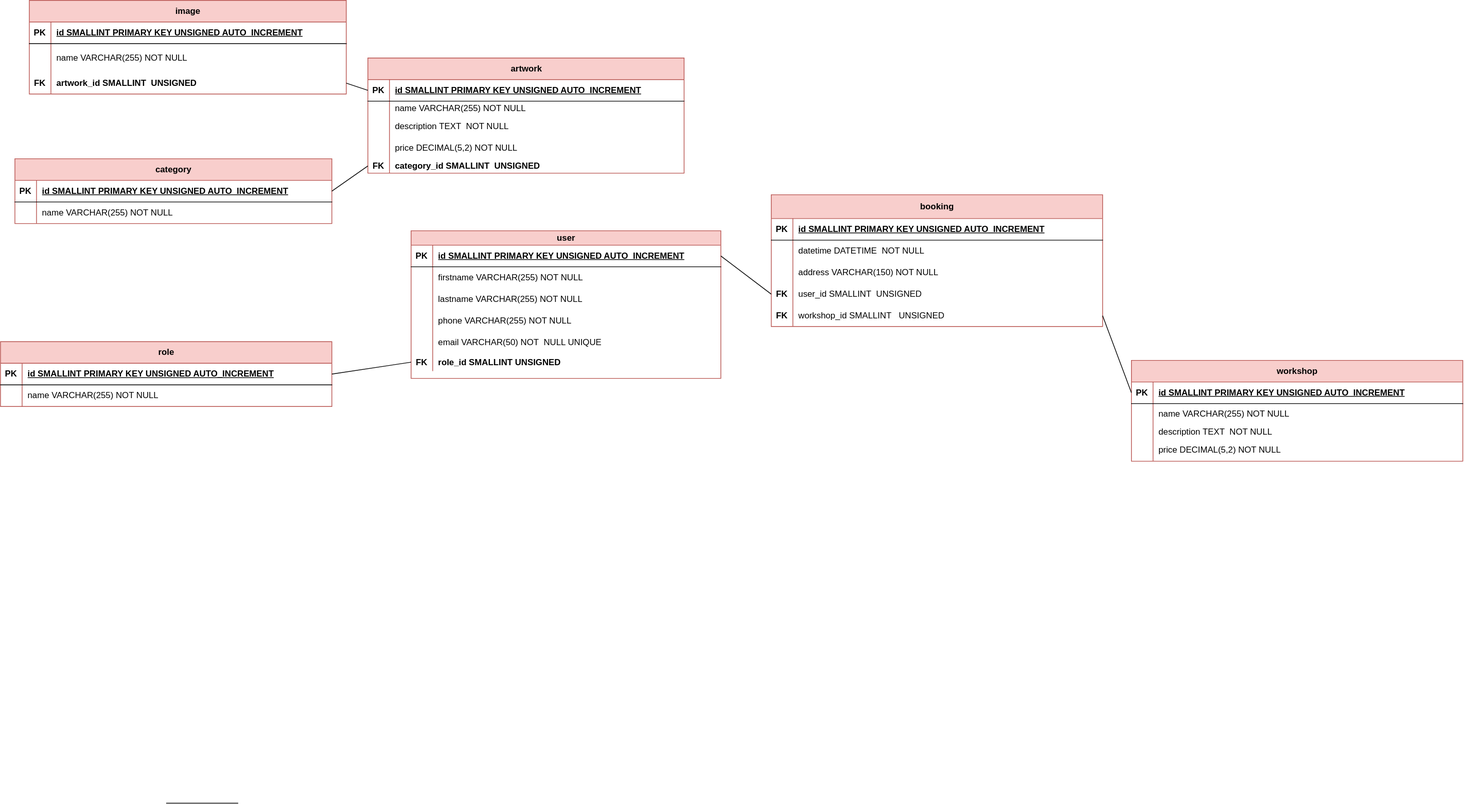
Above: code/server/merise/projet madameqalame/MPD_calligraphie.drawio.svg in Mabrouka659/madameqalam (draw.io), before the change. Source tidied: cells renumbered, new cells last; positions are measured from the earlier drawing's top-left corner, leaving out a move shared by most shapes.
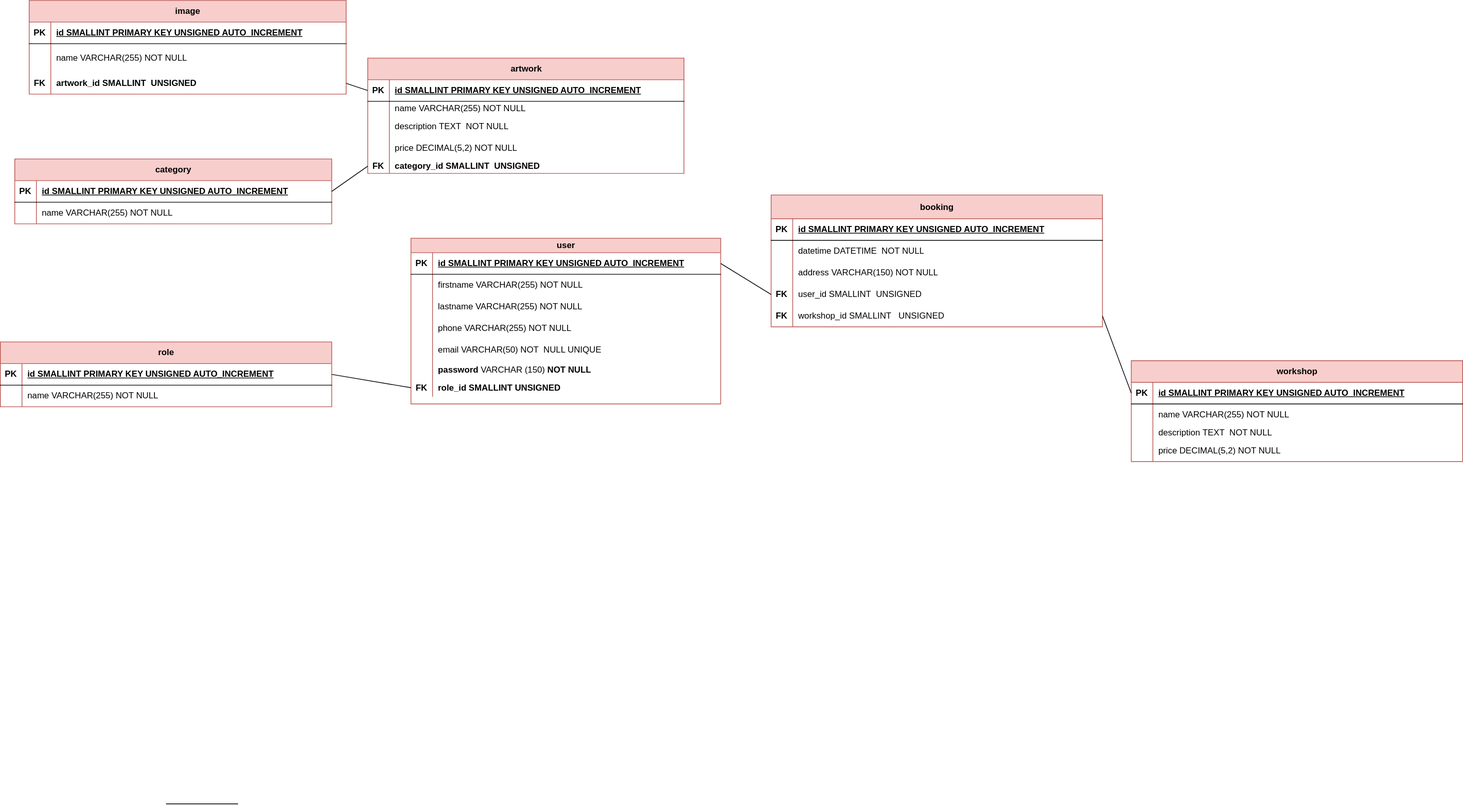
The same diagram one commit later.

Diff of the diagram source:
```diff
@@ -108,7 +108,7 @@
       <mxGeometry x="30" width="409" height="20" as="geometry" />
     </mxCell>
     <mxCell id="36" value="user" style="shape=table;startSize=20;rowLines=0;fontStyle=1;align=center;html=1;fillColor=#f8cecc;strokeColor=#b85450;swimlaneFillColor=default;" parent="1" vertex="1">
-      <mxGeometry x="570" y="320" width="430" height="205" as="geometry" />
+      <mxGeometry x="570" y="330" width="430" height="230" as="geometry" />
     </mxCell>
     <mxCell id="37" style="shape=tableRow;horizontal=0;startSize=0;swimlaneHead=0;swimlaneBody=0;fillColor=none;points=[[0,0.5],[1,0.5]];portConstraint=eastwest;top=0;left=0;right=0;bottom=1;" parent="36" vertex="1">
       <mxGeometry y="20" width="430" height="30" as="geometry" />
@@ -158,12 +158,21 @@
     <mxCell id="52" style="shape=tableRow;horizontal=0;startSize=0;swimlaneHead=0;swimlaneBody=0;fillColor=none;points=[[0,0.5],[1,0.5]];portConstraint=eastwest;top=0;left=0;right=0;bottom=0;" parent="36" vertex="1">
       <mxGeometry y="170" width="430" height="25" as="geometry" />
     </mxCell>
-    <mxCell id="53" value="FK" style="shape=partialRectangle;fillColor=none;top=0;left=0;bottom=0;right=0;overflow=hidden;whiteSpace=wrap;html=1;fontStyle=1;" parent="52" vertex="1">
+    <mxCell id="53" style="shape=partialRectangle;fillColor=none;top=0;left=0;bottom=0;right=0;overflow=hidden;whiteSpace=wrap;html=1;fontStyle=1;" parent="52" vertex="1">
       <mxGeometry width="30" height="25" as="geometry" />
     </mxCell>
-    <mxCell id="54" value="&lt;b&gt;role_id SMALLINT UNSIGNED&amp;nbsp;&lt;/b&gt;" style="shape=partialRectangle;fillColor=none;top=0;left=0;bottom=0;right=0;align=left;spacingLeft=6;overflow=hidden;whiteSpace=wrap;html=1;" parent="52" vertex="1">
+    <mxCell id="54" value="&lt;b&gt;password&amp;nbsp;&lt;/b&gt;&lt;span style=&quot;color: rgb(0, 0, 0);&quot;&gt;VARCHAR (150)&amp;nbsp;&lt;/span&gt;&lt;b&gt;NOT NULL&lt;/b&gt;" style="shape=partialRectangle;fillColor=none;top=0;left=0;bottom=0;right=0;align=left;spacingLeft=6;overflow=hidden;whiteSpace=wrap;html=1;" parent="52" vertex="1">
       <mxGeometry x="30" width="400" height="25" as="geometry" />
     </mxCell>
+    <mxCell id="96" style="shape=tableRow;horizontal=0;startSize=0;swimlaneHead=0;swimlaneBody=0;fillColor=none;points=[[0,0.5],[1,0.5]];portConstraint=eastwest;top=0;left=0;right=0;bottom=0;" parent="36" vertex="1">
+      <mxGeometry y="195" width="430" height="25" as="geometry" />
+    </mxCell>
+    <mxCell id="97" value="FK" style="shape=partialRectangle;fillColor=none;top=0;left=0;bottom=0;right=0;overflow=hidden;whiteSpace=wrap;html=1;fontStyle=1;" parent="96" vertex="1">
+      <mxGeometry width="30" height="25" as="geometry" />
+    </mxCell>
+    <mxCell id="98" value="&lt;b&gt;role_id SMALLINT UNSIGNED&amp;nbsp;&lt;/b&gt;" style="shape=partialRectangle;fillColor=none;top=0;left=0;bottom=0;right=0;align=left;spacingLeft=6;overflow=hidden;whiteSpace=wrap;html=1;" parent="96" vertex="1">
+      <mxGeometry x="30" width="400" height="25" as="geometry" />
+    </mxCell>
     <mxCell id="55" value="role" style="shape=table;startSize=30;rowLines=0;fontStyle=1;align=center;html=1;fillColor=#f8cecc;strokeColor=#b85450;swimlaneFillColor=default;" parent="1" vertex="1">
       <mxGeometry y="474" width="460" height="90" as="geometry" />
     </mxCell>
@@ -278,7 +287,7 @@
     <mxCell id="92" style="endArrow=none;html=1;rounded=0;exitX=1;exitY=0.5;exitDx=0;exitDy=0;entryX=0;entryY=0.5;entryDx=0;entryDy=0;" parent="1" edge="1" source="14" target="33">
       <mxGeometry relative="1" as="geometry" />
     </mxCell>
-    <mxCell id="93" style="endArrow=none;html=1;rounded=0;entryX=1;entryY=0.5;entryDx=0;entryDy=0;exitX=0;exitY=0.5;exitDx=0;exitDy=0;" parent="1" edge="1" source="52" target="56">
+    <mxCell id="93" style="endArrow=none;html=1;rounded=0;entryX=1;entryY=0.5;entryDx=0;entryDy=0;exitX=0;exitY=0.5;exitDx=0;exitDy=0;" parent="1" edge="1" source="96" target="56">
       <mxGeometry relative="1" as="geometry" />
     </mxCell>
     <mxCell id="94" style="endArrow=none;html=1;rounded=0;entryX=0;entryY=0.5;entryDx=0;entryDy=0;exitX=1;exitY=0.5;exitDx=0;exitDy=0;" parent="1" edge="1" source="37" target="72">
```
